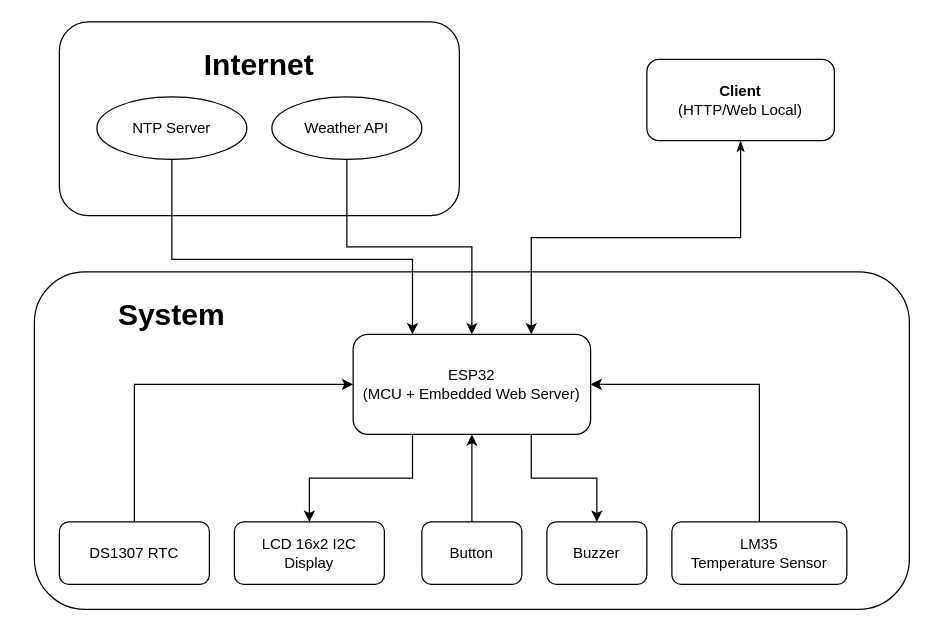
This is docs/block_diagram.drawio from lgdlong/digital-clock-iot-g1, a draw.io file, before an edit. Source tidied: cells renumbered, new cells numbered last; positions are measured from the earlier drawing's top-left corner, leaving out a move shared by most shapes. Both pictures are drawn from the tidied source at 125%, with x=0, y=0 at pixel (34, 21).
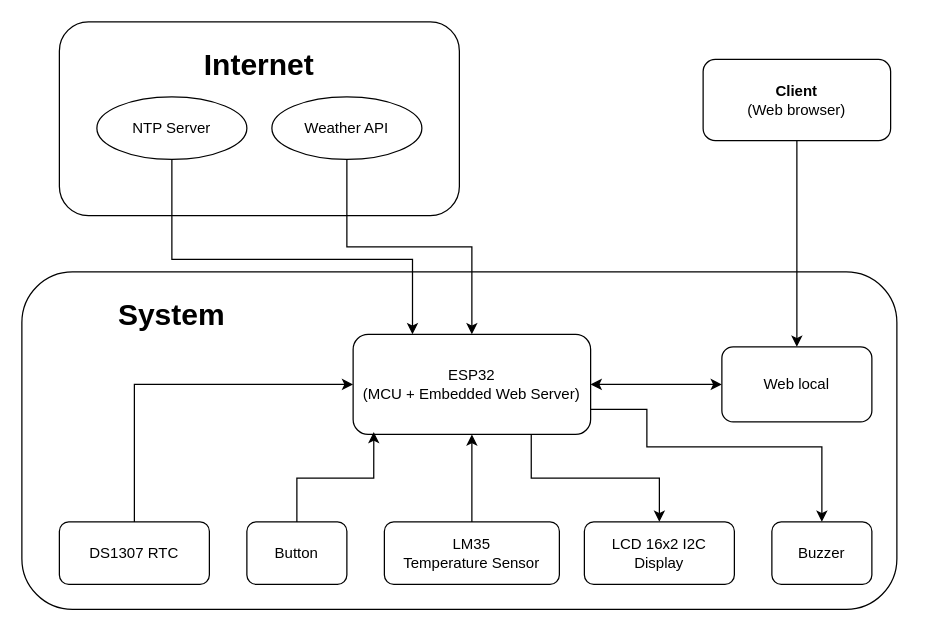
After the change.

Unchanged cells that the change refers to:
```xml
<mxCell id="6" value="ESP32&lt;br&gt;(MCU + Embedded Web Server)" style="rounded=1;whiteSpace=wrap;html=1;" parent="1" vertex="1">
  <mxGeometry x="255" y="250" width="190" height="80" as="geometry" />
</mxCell>
```

The edit, as a diff of the source:
```diff
@@
     <mxCell id="3" style="rounded=1;whiteSpace=wrap;html=1;fillColor=#FFFFFF;" parent="1" vertex="1">
-      <mxGeometry y="200" width="700" height="270" as="geometry" />
+      <mxGeometry x="-10" y="200" width="700" height="270" as="geometry" />
     </mxCell>
-    <mxCell id="4" style="edgeStyle=orthogonalEdgeStyle;rounded=0;jettySize=auto;html=1;exitX=0.75;exitY=1;exitDx=0;exitDy=0;entryX=0.5;entryY=0;entryDx=0;entryDy=0;" parent="1" edge="1" source="6" target="14">
-      <mxGeometry relative="1" as="geometry" />
+    <mxCell id="4" style="edgeStyle=orthogonalEdgeStyle;rounded=0;jettySize=auto;html=1;exitX=1;exitY=0.75;exitDx=0;exitDy=0;entryX=0.5;entryY=0;entryDx=0;entryDy=0;" parent="1" edge="1" source="6" target="14">
+      <mxGeometry relative="1" as="geometry">
+        <Array as="points">
+          <mxPoint x="490" y="310" />
+          <mxPoint x="490" y="340" />
+          <mxPoint x="630" y="340" />
+        </Array>
+      </mxGeometry>
     </mxCell>
-    <mxCell id="5" style="edgeStyle=orthogonalEdgeStyle;rounded=0;jettySize=auto;html=1;exitX=0.25;exitY=1;exitDx=0;exitDy=0;entryX=0.5;entryY=0;entryDx=0;entryDy=0;" parent="1" edge="1" source="6" target="11">
+    <mxCell id="5" style="edgeStyle=orthogonalEdgeStyle;rounded=0;jettySize=auto;html=1;exitX=0.75;exitY=1;exitDx=0;exitDy=0;entryX=0.5;entryY=0;entryDx=0;entryDy=0;" parent="1" edge="1" source="6" target="11">
       <mxGeometry relative="1" as="geometry" />
     </mxCell>
+    <mxCell id="23" style="edgeStyle=orthogonalEdgeStyle;rounded=0;jettySize=auto;html=1;entryX=1;entryY=0.5;entryDx=0;entryDy=0;startArrow=classic;startFill=1;" parent="1" edge="1" source="25" target="6">
+      <mxGeometry relative="1" as="geometry" />
+    </mxCell>
@@
-    <mxCell id="9" style="edgeStyle=orthogonalEdgeStyle;rounded=0;jettySize=auto;html=1;exitX=0.5;exitY=0;exitDx=0;exitDy=0;entryX=1;entryY=0.5;entryDx=0;entryDy=0;" parent="1" edge="1" source="10" target="6">
-      <mxGeometry relative="1" as="geometry" />
+    <mxCell id="9" style="edgeStyle=orthogonalEdgeStyle;rounded=0;jettySize=auto;html=1;exitX=0.5;exitY=0;exitDx=0;exitDy=0;entryX=0.5;entryY=1;entryDx=0;entryDy=0;" parent="1" edge="1" source="10" target="6">
+      <mxGeometry relative="1" as="geometry">
+        <Array as="points">
+          <mxPoint x="350" y="400" />
+        </Array>
+      </mxGeometry>
     </mxCell>
     <mxCell id="10" value="LM35&lt;br&gt;Temperature Sensor" style="rounded=1;whiteSpace=wrap;html=1;" parent="1" vertex="1">
-      <mxGeometry x="510" y="400" width="140" height="50" as="geometry" />
+      <mxGeometry x="280" y="400" width="140" height="50" as="geometry" />
     </mxCell>
     <mxCell id="11" value="LCD 16x2 I2C&lt;br&gt;Display" style="rounded=1;whiteSpace=wrap;html=1;" parent="1" vertex="1">
-      <mxGeometry x="160" y="400" width="120" height="50" as="geometry" />
+      <mxGeometry x="440" y="400" width="120" height="50" as="geometry" />
     </mxCell>
-    <mxCell id="12" style="edgeStyle=orthogonalEdgeStyle;rounded=0;jettySize=auto;html=1;exitX=0.5;exitY=0;exitDx=0;exitDy=0;entryX=0.5;entryY=1;entryDx=0;entryDy=0;" parent="1" edge="1" source="13" target="6">
+    <mxCell id="12" style="edgeStyle=orthogonalEdgeStyle;rounded=0;jettySize=auto;html=1;exitX=0.5;exitY=0;exitDx=0;exitDy=0;entryX=0.087;entryY=0.977;entryDx=0;entryDy=0;entryPerimeter=0;" parent="1" edge="1" source="13" target="6">
       <mxGeometry relative="1" as="geometry" />
     </mxCell>
     <mxCell id="13" value="Button" style="rounded=1;whiteSpace=wrap;html=1;" parent="1" vertex="1">
-      <mxGeometry x="310" y="400" width="80" height="50" as="geometry" />
+      <mxGeometry x="170" y="400" width="80" height="50" as="geometry" />
     </mxCell>
     <mxCell id="14" value="Buzzer" style="rounded=1;whiteSpace=wrap;html=1;" parent="1" vertex="1">
-      <mxGeometry x="410" y="400" width="80" height="50" as="geometry" />
+      <mxGeometry x="590" y="400" width="80" height="50" as="geometry" />
     </mxCell>
@@
-    <mxCell id="21" style="edgeStyle=orthogonalEdgeStyle;rounded=0;jettySize=auto;html=1;exitX=0.5;exitY=1;exitDx=0;exitDy=0;entryX=0.75;entryY=0;entryDx=0;entryDy=0;startArrow=classicThin;startFill=1;" parent="1" edge="1" source="22" target="6">
-      <mxGeometry relative="1" as="geometry" />
-    </mxCell>
+    <mxCell id="24" style="edgeStyle=orthogonalEdgeStyle;rounded=0;jettySize=auto;html=1;exitX=0.5;exitY=1;exitDx=0;exitDy=0;entryX=0.5;entryY=0;entryDx=0;entryDy=0;" parent="1" edge="1" source="22" target="25">
+      <mxGeometry relative="1" as="geometry" />
+    </mxCell>
-    <mxCell id="22" value="&lt;font style=&quot;font-size: 12px;&quot;&gt;&lt;b style=&quot;&quot;&gt;Client&lt;br&gt;&lt;/b&gt;(&lt;span style=&quot;text-wrap-mode: nowrap; background-color: rgb(255, 255, 255);&quot;&gt;HTTP/Web Local&lt;/span&gt;)&lt;/font&gt;" style="rounded=1;whiteSpace=wrap;html=1;" parent="1" vertex="1">
-      <mxGeometry x="490" y="30" width="150" height="65" as="geometry" />
+    <mxCell id="22" value="&lt;font style=&quot;font-size: 12px;&quot;&gt;&lt;b&gt;Client&lt;/b&gt;&lt;br&gt;(Web browser)&lt;/font&gt;" style="rounded=1;whiteSpace=wrap;html=1;" parent="1" vertex="1">
+      <mxGeometry x="535" y="30" width="150" height="65" as="geometry" />
     </mxCell>
+    <mxCell id="25" value="Web local" style="rounded=1;whiteSpace=wrap;html=1;" parent="1" vertex="1">
+      <mxGeometry x="550" y="260" width="120" height="60" as="geometry" />
+    </mxCell>
```
